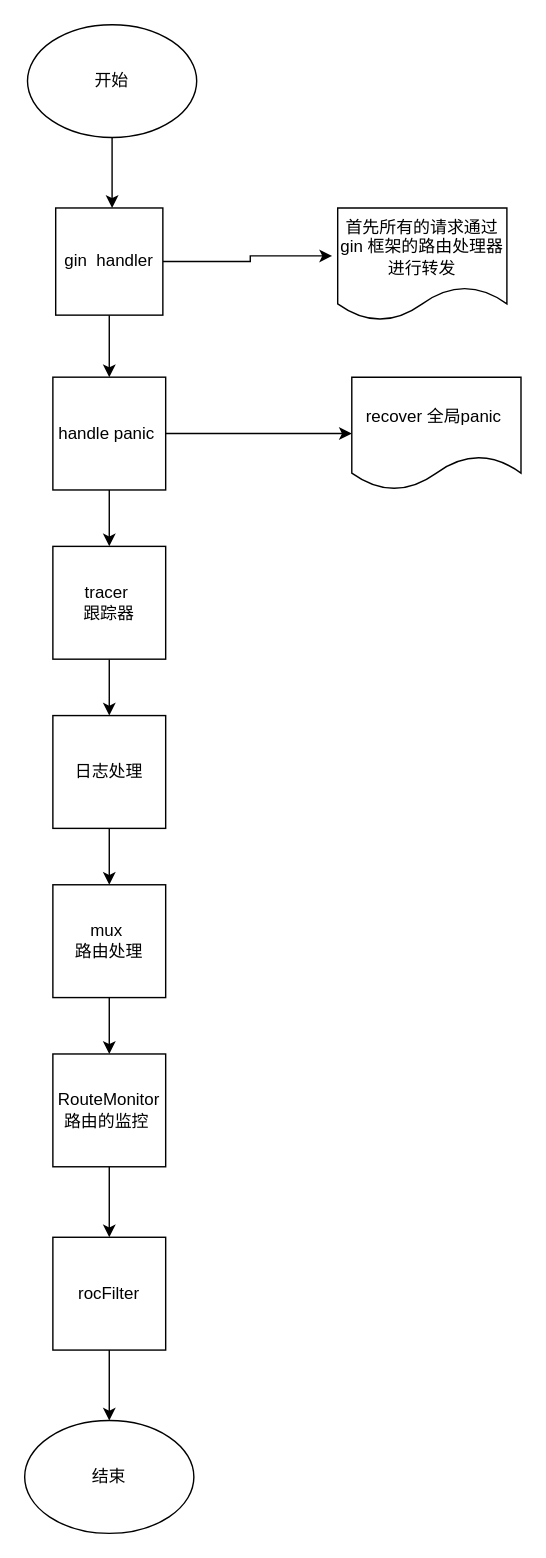
Earlier version of the draw.io diagram 20210329/Untitled Diagram.drawio (193792768lyw/study-2021). Source tidied: cells renumbered, new cells numbered last; positions are measured from the earlier drawing's top-left corner, leaving out a move shared by most shapes. Both pictures are drawn from the tidied source at 141%, with x=0, y=0 at pixel (24, 24).
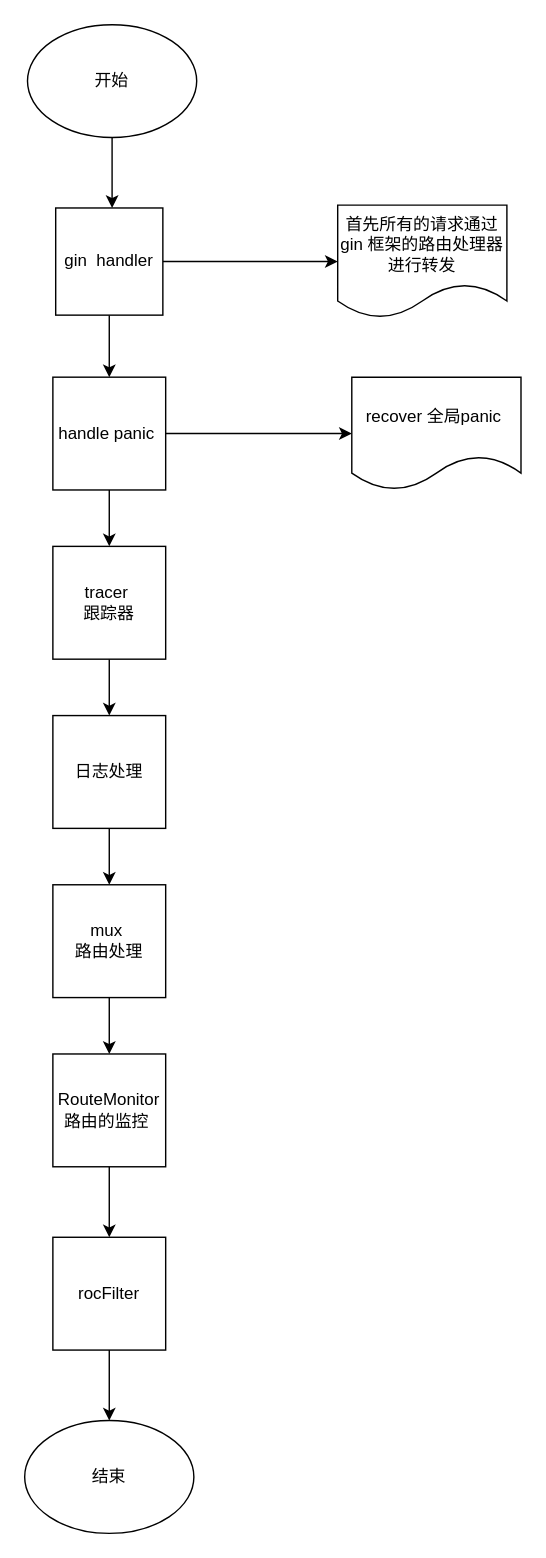
The same diagram, later.

The change refers to these unchanged cells:
```xml
<mxCell id="6" value="gin&amp;nbsp; handler" style="whiteSpace=wrap;html=1;" parent="1" vertex="1">
  <mxGeometry x="22" y="130" width="76" height="76" as="geometry" />
</mxCell>
```

What changed in the source:
```diff
@@
-    <mxCell id="5" style="edgeStyle=orthogonalEdgeStyle;rounded=0;jettySize=auto;html=1;exitX=1;exitY=0.5;exitDx=0;exitDy=0;entryX=-0.033;entryY=0.425;entryDx=0;entryDy=0;entryPerimeter=0;" parent="1" edge="1" source="6" target="10">
+    <mxCell id="5" style="edgeStyle=orthogonalEdgeStyle;rounded=0;jettySize=auto;html=1;exitX=1;exitY=0.5;exitDx=0;exitDy=0;entryX=0;entryY=0.5;entryDx=0;entryDy=0;" parent="1" edge="1" source="6" target="10">
       <mxGeometry relative="1" as="geometry" />
     </mxCell>
@@
     <mxCell id="10" value="首先所有的请求通过&lt;br&gt;gin 框架的路由处理器进行转发" style="shape=document;whiteSpace=wrap;html=1;boundedLbl=1;" parent="1" vertex="1">
-      <mxGeometry x="222" y="130" width="120" height="80" as="geometry" />
+      <mxGeometry x="222" y="128" width="120" height="80" as="geometry" />
     </mxCell>
```
